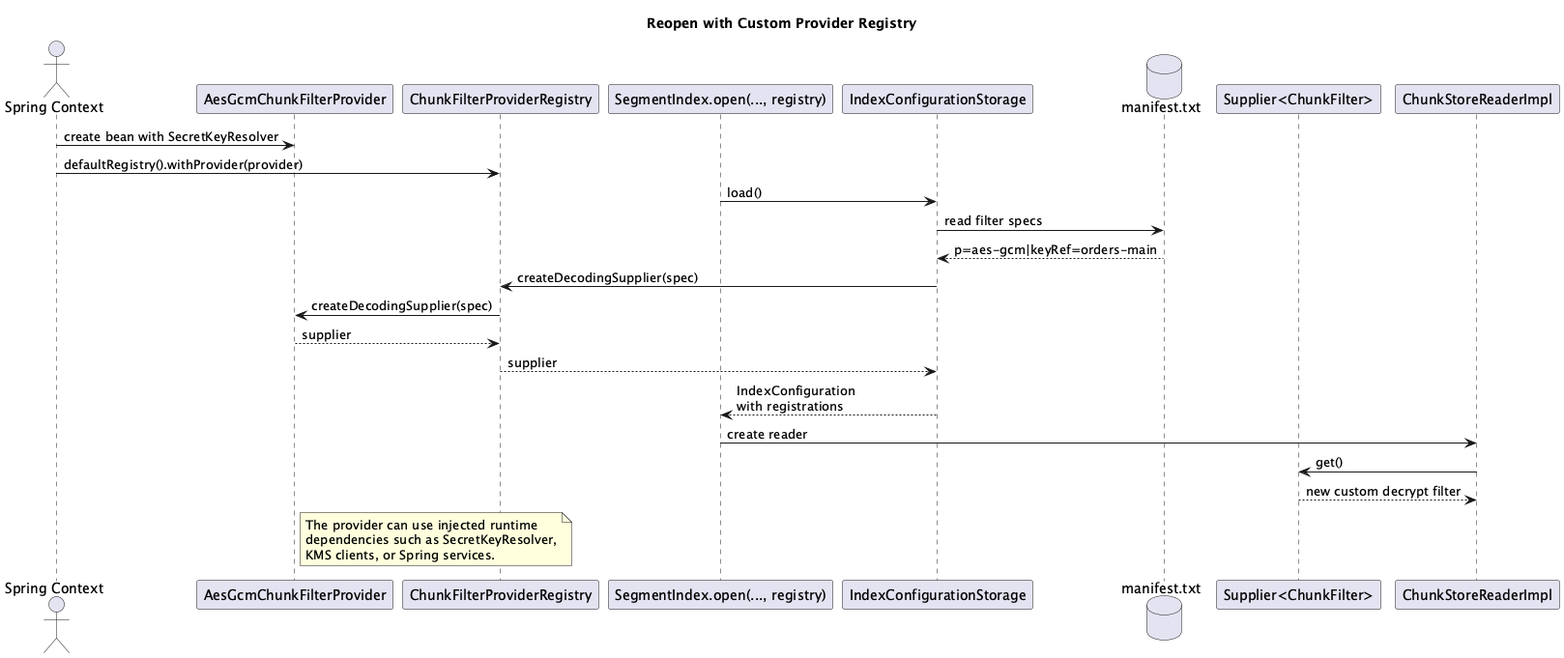
Earlier version of the PlantUML export docs/architecture/images/chunk-filter-provider-open.png (jajir/HestiaStore). Its diagram source:
```plantuml
@startuml
title Reopen with Custom Provider Registry
skinparam backgroundColor transparent
skinparam shadowing false

actor "Spring Context" as Spring
participant "AesGcmChunkFilterProvider" as Provider
participant "ChunkFilterProviderRegistry" as Registry
participant "SegmentIndex.open(..., registry)" as Open
participant "IndexConfigurationStorage" as Storage
database "manifest.txt" as Manifest
participant "Supplier<ChunkFilter>" as Supplier
participant "ChunkStoreReaderImpl" as Reader

Spring -> Provider : create bean with SecretKeyResolver
Spring -> Registry : defaultRegistry().withProvider(provider)

Open -> Storage : load()
Storage -> Manifest : read filter specs
Manifest --> Storage : p=aes-gcm|keyRef=orders-main
Storage -> Registry : createDecodingSupplier(spec)
Registry -> Provider : createDecodingSupplier(spec)
Provider --> Registry : supplier
Registry --> Storage : supplier
Storage --> Open : IndexConfiguration\nwith registrations

Open -> Reader : create reader
Reader -> Supplier : get()
Supplier --> Reader : new custom decrypt filter

note right of Provider
The provider can use injected runtime
dependencies such as SecretKeyResolver,
KMS clients, or Spring services.
end note
@enduml
```
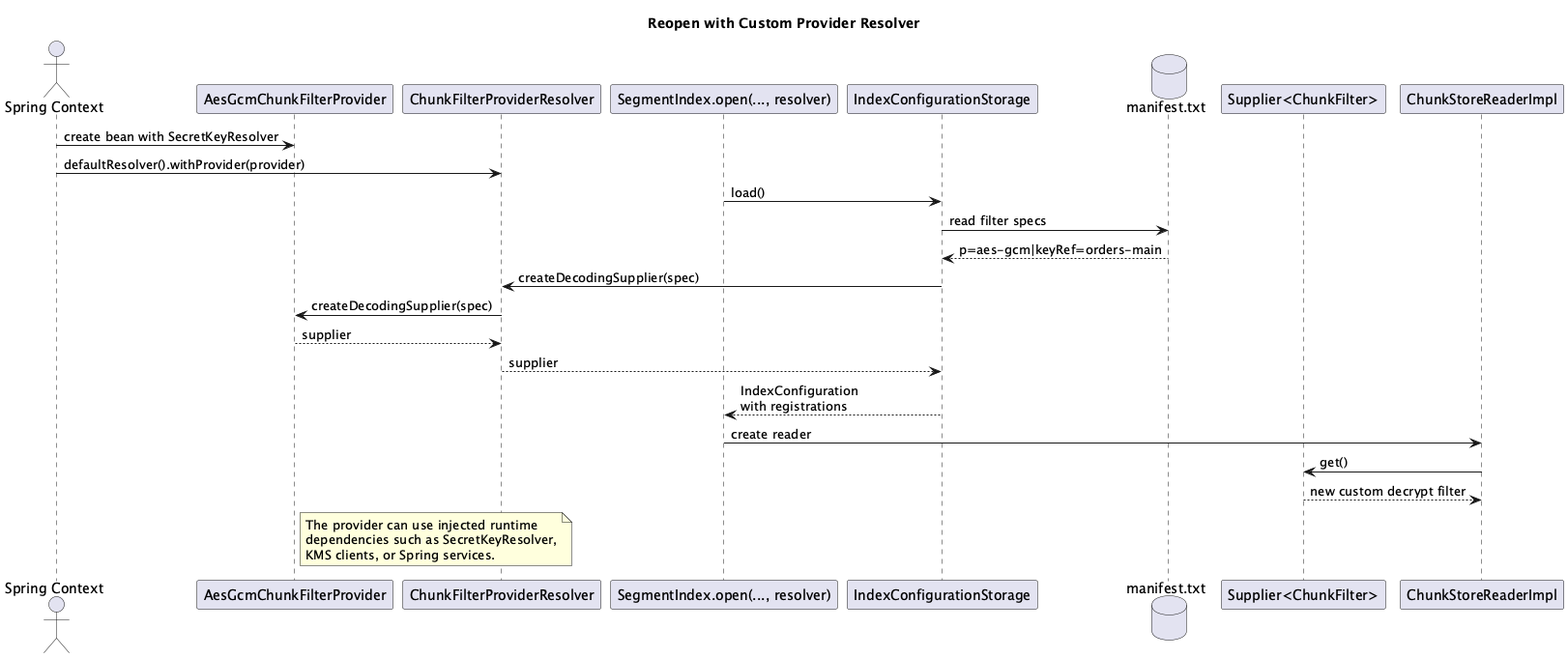
The same file after the commit.

Change to the diagram source:
```diff
@@ -1,27 +1,27 @@
 @startuml
-title Reopen with Custom Provider Registry
+title Reopen with Custom Provider Resolver
 skinparam backgroundColor transparent
 skinparam shadowing false
 
 actor "Spring Context" as Spring
 participant "AesGcmChunkFilterProvider" as Provider
-participant "ChunkFilterProviderRegistry" as Registry
-participant "SegmentIndex.open(..., registry)" as Open
+participant "ChunkFilterProviderResolver" as Resolver
+participant "SegmentIndex.open(..., resolver)" as Open
 participant "IndexConfigurationStorage" as Storage
 database "manifest.txt" as Manifest
 participant "Supplier<ChunkFilter>" as Supplier
 participant "ChunkStoreReaderImpl" as Reader
 
 Spring -> Provider : create bean with SecretKeyResolver
-Spring -> Registry : defaultRegistry().withProvider(provider)
+Spring -> Resolver : defaultResolver().withProvider(provider)
 
 Open -> Storage : load()
 Storage -> Manifest : read filter specs
 Manifest --> Storage : p=aes-gcm|keyRef=orders-main
-Storage -> Registry : createDecodingSupplier(spec)
-Registry -> Provider : createDecodingSupplier(spec)
-Provider --> Registry : supplier
-Registry --> Storage : supplier
+Storage -> Resolver : createDecodingSupplier(spec)
+Resolver -> Provider : createDecodingSupplier(spec)
+Provider --> Resolver : supplier
+Resolver --> Storage : supplier
 Storage --> Open : IndexConfiguration\nwith registrations
 
 Open -> Reader : create reader
```
